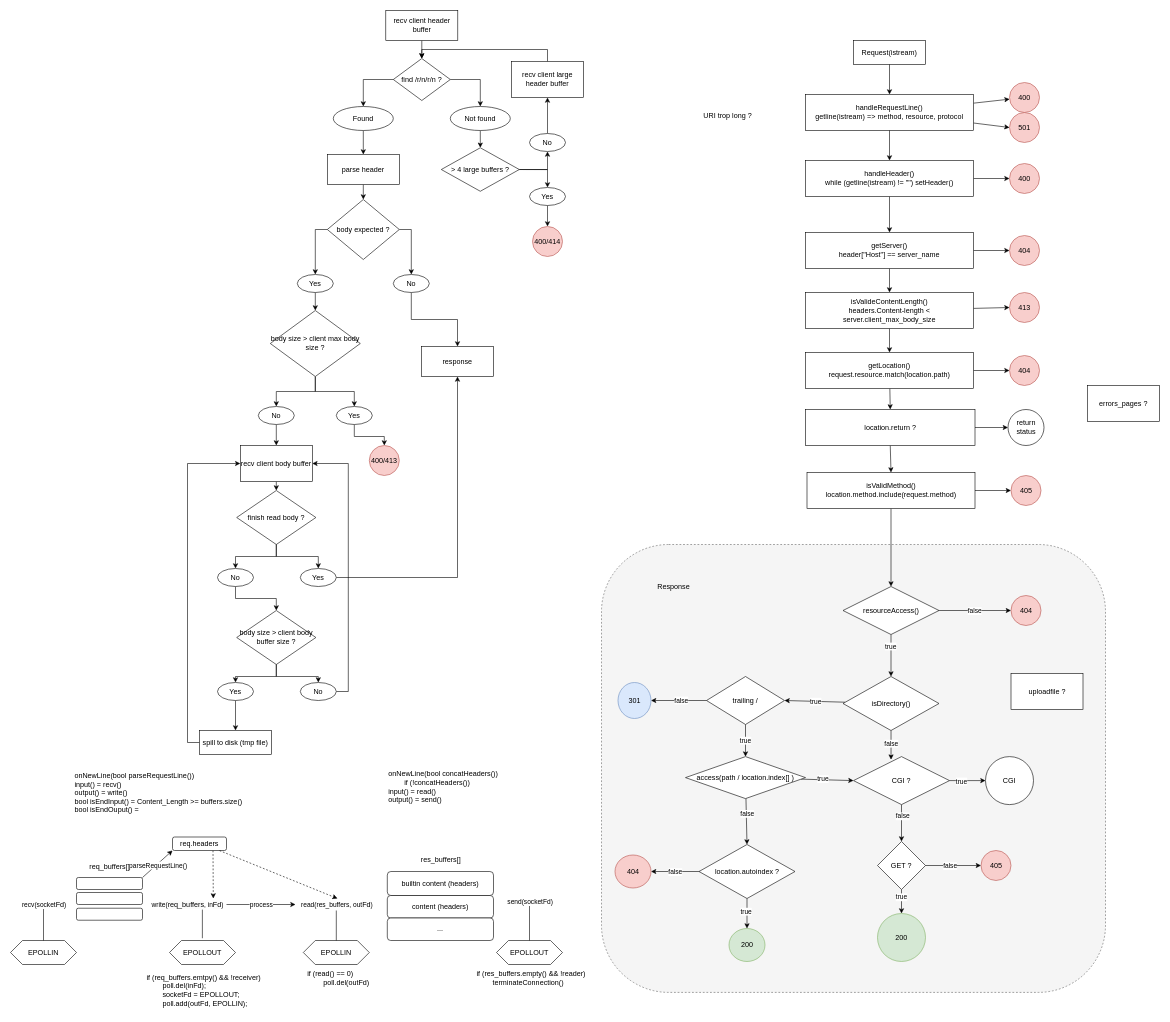
The draw.io diagram doc/request.drawio in PoursMo/webserv, before the edit. Source tidied: cells renumbered, new cells numbered last; positions are measured from the earlier drawing's top-left corner, leaving out a move shared by most shapes. Both pictures are drawn from the tidied source at 60%, with x=0, y=0 at pixel (10, 10).
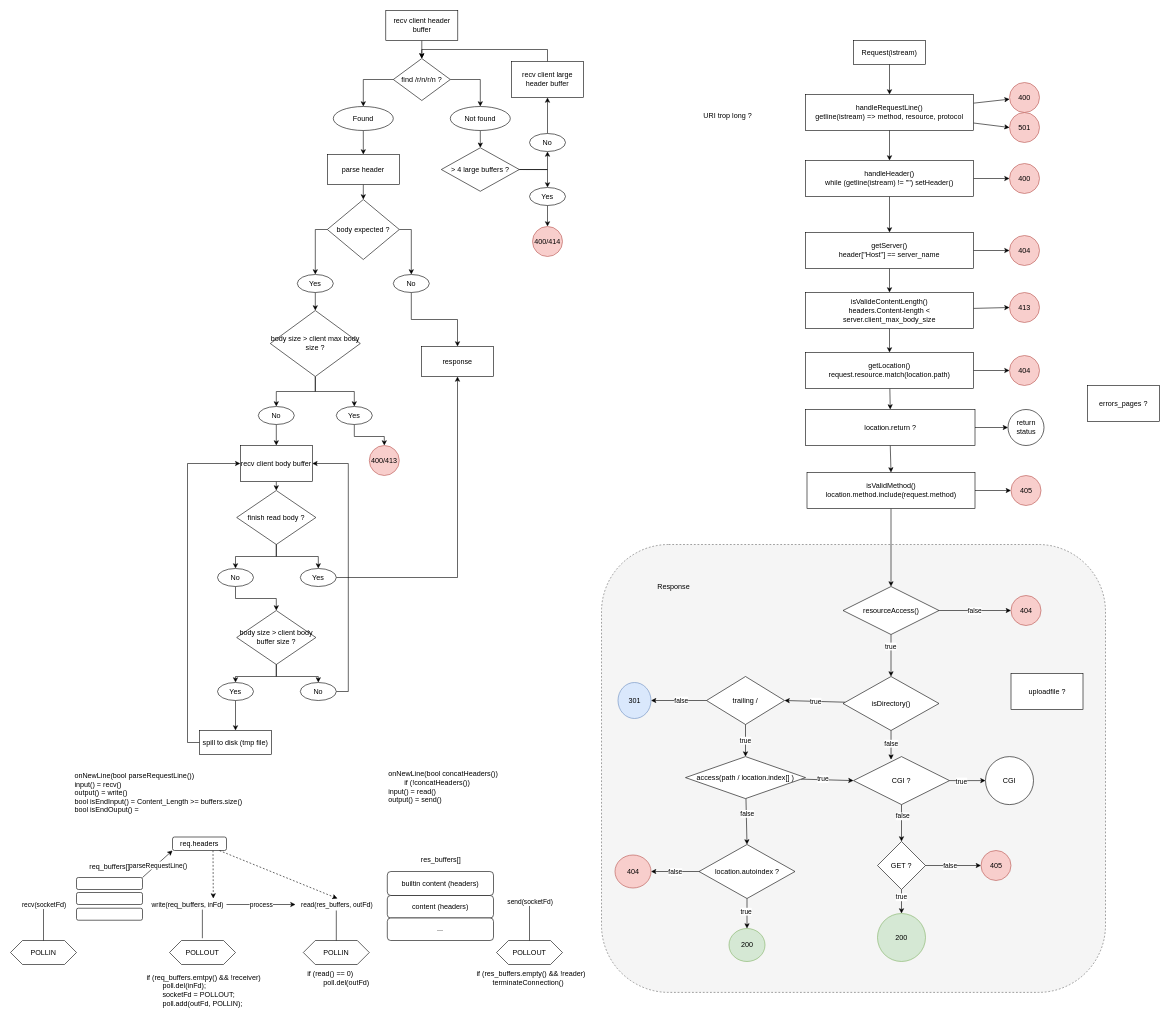
The same diagram, later.

Change to the diagram source:
```diff
@@
-    <mxCell id="137" value="EPOLLIN" style="shape=hexagon;perimeter=hexagonPerimeter2;whiteSpace=wrap;html=1;fixedSize=1;" parent="1" vertex="1">
+    <mxCell id="137" value="POLLIN" style="shape=hexagon;perimeter=hexagonPerimeter2;whiteSpace=wrap;html=1;fixedSize=1;" parent="1" vertex="1">
       <mxGeometry x="488" y="1550" width="110" height="40" as="geometry" />
     </mxCell>
@@
-    <mxCell id="140" value="EPOLLOUT" style="shape=hexagon;perimeter=hexagonPerimeter2;whiteSpace=wrap;html=1;fixedSize=1;" parent="1" vertex="1">
+    <mxCell id="140" value="POLLOUT" style="shape=hexagon;perimeter=hexagonPerimeter2;whiteSpace=wrap;html=1;fixedSize=1;" parent="1" vertex="1">
       <mxGeometry x="810" y="1550" width="110" height="40" as="geometry" />
     </mxCell>
@@
-    <mxCell id="144" value="EPOLLIN" style="shape=hexagon;perimeter=hexagonPerimeter2;whiteSpace=wrap;html=1;fixedSize=1;" parent="1" vertex="1">
+    <mxCell id="144" value="POLLIN" style="shape=hexagon;perimeter=hexagonPerimeter2;whiteSpace=wrap;html=1;fixedSize=1;" parent="1" vertex="1">
       <mxGeometry y="1550" width="110" height="40" as="geometry" />
     </mxCell>
@@
-    <mxCell id="151" value="EPOLLOUT" style="shape=hexagon;perimeter=hexagonPerimeter2;whiteSpace=wrap;html=1;fixedSize=1;" parent="1" vertex="1">
+    <mxCell id="151" value="POLLOUT" style="shape=hexagon;perimeter=hexagonPerimeter2;whiteSpace=wrap;html=1;fixedSize=1;" parent="1" vertex="1">
       <mxGeometry x="265" y="1550" width="110" height="40" as="geometry" />
     </mxCell>
@@
-    <mxCell id="163" value="if (req_buffers.emtpy() &amp;amp;&amp;amp; !receiver)&lt;div&gt;&lt;span style=&quot;white-space: pre;&quot;&gt;&#9;&lt;/span&gt;poll.del(inFd);&lt;/div&gt;&lt;div&gt;&lt;span style=&quot;white-space: pre;&quot;&gt;&#9;&lt;/span&gt;socketFd = EPOLLOUT;&lt;/div&gt;&lt;div&gt;&lt;span style=&quot;white-space: pre;&quot;&gt;&#9;&lt;/span&gt;poll.add(outFd, EPOLLIN);&lt;br&gt;&lt;/div&gt;" style="text;html=1;align=left;verticalAlign=middle;strokeColor=none;fillColor=none;" parent="1" vertex="1">
+    <mxCell id="163" value="if (req_buffers.emtpy() &amp;amp;&amp;amp; !receiver)&lt;div&gt;&lt;span style=&quot;white-space: pre;&quot;&gt;&#9;&lt;/span&gt;poll.del(inFd);&lt;/div&gt;&lt;div&gt;&lt;span style=&quot;white-space: pre;&quot;&gt;&#9;&lt;/span&gt;socketFd = POLLOUT;&lt;/div&gt;&lt;div&gt;&lt;span style=&quot;white-space: pre;&quot;&gt;&#9;&lt;/span&gt;poll.add(outFd, POLLIN);&lt;br&gt;&lt;/div&gt;" style="text;html=1;align=left;verticalAlign=middle;strokeColor=none;fillColor=none;" parent="1" vertex="1">
       <mxGeometry x="225" y="1598" width="210" height="70" as="geometry" />
     </mxCell>
```
